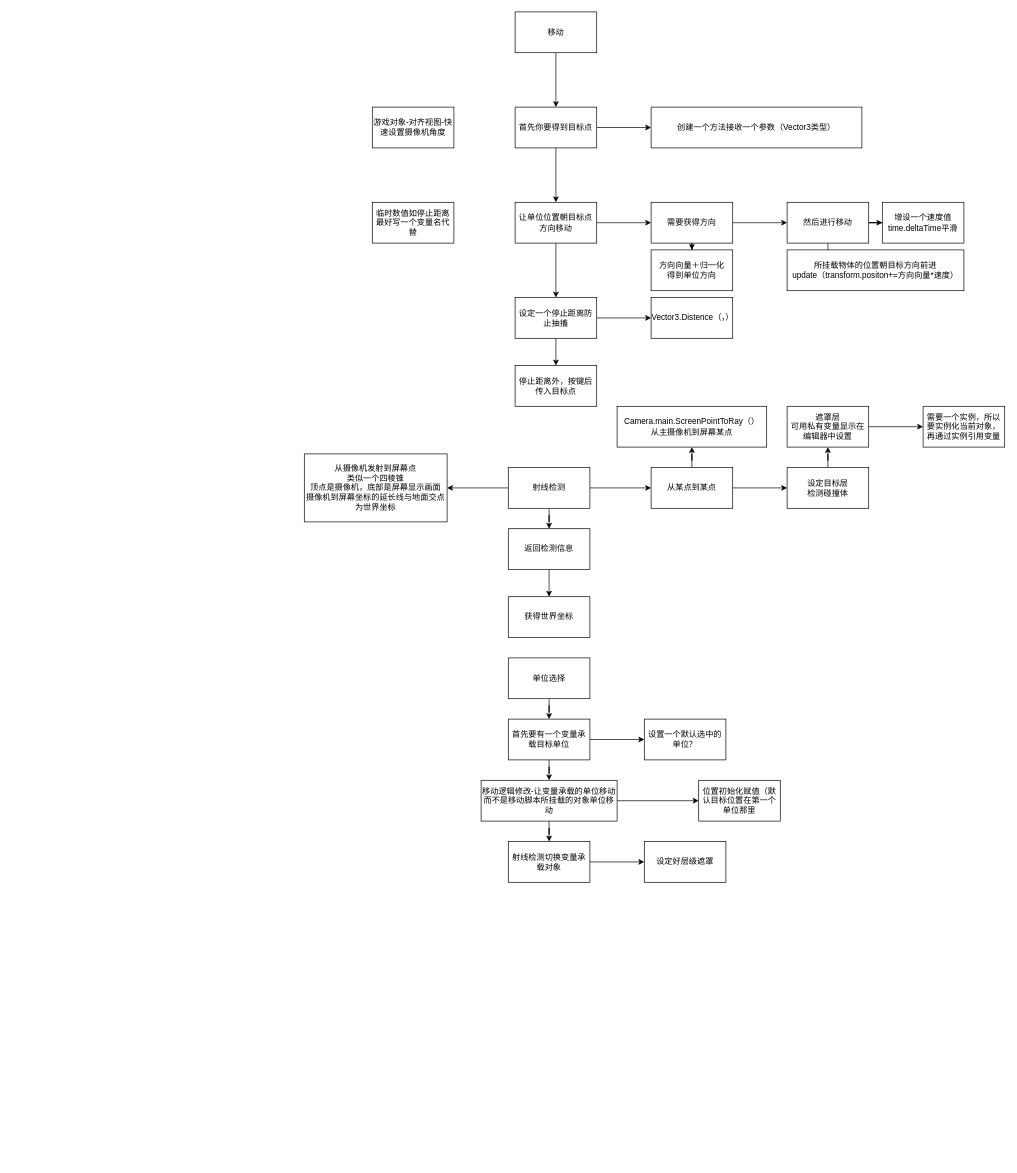
The draw.io diagram Codemonky学习笔记.drawio in FengYu-creator/learn-sth, before the edit. Source tidied: cells renumbered, new cells numbered last; positions are measured from the earlier drawing's top-left corner, leaving out a move shared by most shapes. Both pictures are drawn from the tidied source at 68%, with x=0, y=0 at pixel (304, 12).
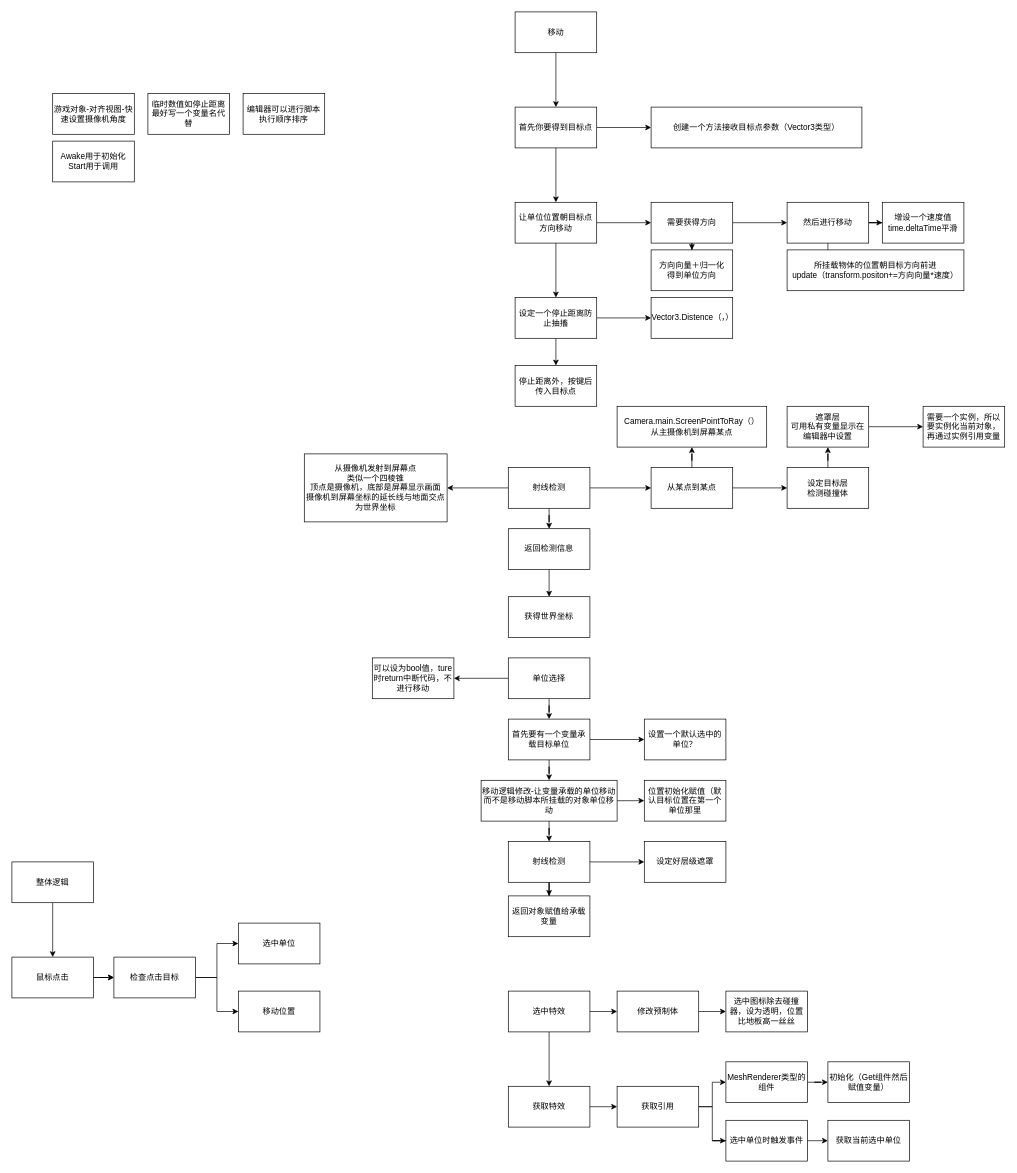
Above is the later version.

Commit message:
更新Codemonky学习笔记.drawio

Unchanged cells that the change refers to:
```xml
<mxCell id="45" value="单位选择" style="rounded=0;whiteSpace=wrap;html=1;" parent="1" vertex="1">
  <mxGeometry x="300" y="950" width="120" height="60" as="geometry" />
</mxCell>
```

The edit, as a diff of the source:
```diff
@@
-    <mxCell id="7" value="创建一个方法接收一个参数（Vector3类型）" style="whiteSpace=wrap;html=1;rounded=0;" parent="1" vertex="1">
+    <mxCell id="7" value="创建一个方法接收目标点参数（Vector3类型）" style="whiteSpace=wrap;html=1;rounded=0;" parent="1" vertex="1">
       <mxGeometry x="510" y="140" width="310" height="60" as="geometry" />
     </mxCell>
@@
     <mxCell id="21" value="游戏对象-对齐视图-快速设置摄像机角度" style="rounded=0;whiteSpace=wrap;html=1;" parent="1" vertex="1">
-      <mxGeometry x="100" y="140" width="120" height="60" as="geometry" />
+      <mxGeometry x="-370" y="120" width="120" height="60" as="geometry" />
     </mxCell>
@@
     <mxCell id="26" value="临时数值如停止距离最好写一个变量名代替" style="rounded=0;whiteSpace=wrap;html=1;" parent="1" vertex="1">
-      <mxGeometry x="100" y="280" width="120" height="60" as="geometry" />
+      <mxGeometry x="-230" y="120" width="120" height="60" as="geometry" />
     </mxCell>
@@
+    <mxCell id="57" style="edgeStyle=orthogonalEdgeStyle;rounded=0;jettySize=auto;html=1;" parent="1" edge="1" source="45" target="70">
+      <mxGeometry relative="1" as="geometry" />
+    </mxCell>
@@
+    <mxCell id="58" style="edgeStyle=orthogonalEdgeStyle;rounded=0;jettySize=auto;html=1;" parent="1" edge="1" source="54" target="69">
+      <mxGeometry relative="1" as="geometry" />
+    </mxCell>
-    <mxCell id="54" value="射线检测切换变量承载对象" style="whiteSpace=wrap;html=1;rounded=0;" parent="1" vertex="1">
+    <mxCell id="54" value="射线检测" style="whiteSpace=wrap;html=1;rounded=0;" parent="1" vertex="1">
       <mxGeometry x="300" y="1220" width="120" height="60" as="geometry" />
     </mxCell>
     <mxCell id="55" value="位置初始化赋值（默认目标位置在第一个单位那里" style="whiteSpace=wrap;html=1;rounded=0;" parent="1" vertex="1">
-      <mxGeometry x="580" y="1130" width="120" height="60" as="geometry" />
+      <mxGeometry x="500" y="1130" width="120" height="60" as="geometry" />
     </mxCell>
@@
+    <mxCell id="59" style="edgeStyle=orthogonalEdgeStyle;rounded=0;jettySize=auto;html=1;" parent="1" edge="1" source="60" target="63">
+      <mxGeometry relative="1" as="geometry" />
+    </mxCell>
+    <mxCell id="60" value="整体逻辑" style="rounded=0;whiteSpace=wrap;html=1;" parent="1" vertex="1">
+      <mxGeometry x="-430" y="1250" width="120" height="60" as="geometry" />
+    </mxCell>
+    <mxCell id="61" style="edgeStyle=orthogonalEdgeStyle;rounded=0;jettySize=auto;html=1;" parent="1" edge="1" source="68" target="64">
+      <mxGeometry relative="1" as="geometry" />
+    </mxCell>
+    <mxCell id="62" style="edgeStyle=orthogonalEdgeStyle;rounded=0;jettySize=auto;html=1;" parent="1" edge="1" source="68" target="65">
+      <mxGeometry relative="1" as="geometry" />
+    </mxCell>
+    <mxCell id="63" value="鼠标点击" style="whiteSpace=wrap;html=1;rounded=0;" parent="1" vertex="1">
+      <mxGeometry x="-430" y="1390" width="120" height="60" as="geometry" />
+    </mxCell>
+    <mxCell id="64" value="选中单位" style="whiteSpace=wrap;html=1;rounded=0;" parent="1" vertex="1">
+      <mxGeometry x="-97" y="1340" width="120" height="60" as="geometry" />
+    </mxCell>
+    <mxCell id="65" value="移动位置" style="whiteSpace=wrap;html=1;rounded=0;" parent="1" vertex="1">
+      <mxGeometry x="-97" y="1440" width="120" height="60" as="geometry" />
+    </mxCell>
+    <mxCell id="66" style="edgeStyle=orthogonalEdgeStyle;rounded=0;jettySize=auto;html=1;" parent="1" edge="1" source="63" target="68">
+      <mxGeometry relative="1" as="geometry" />
+    </mxCell>
+    <mxCell id="67" style="edgeStyle=orthogonalEdgeStyle;rounded=0;jettySize=auto;html=1;" parent="1" edge="1" source="63" target="68">
+      <mxGeometry relative="1" as="geometry" />
+    </mxCell>
+    <mxCell id="68" value="检查点击目标" style="rounded=0;whiteSpace=wrap;html=1;" parent="1" vertex="1">
+      <mxGeometry x="-280" y="1390" width="120" height="60" as="geometry" />
+    </mxCell>
+    <mxCell id="69" value="返回对象赋值给承载变量" style="whiteSpace=wrap;html=1;rounded=0;" parent="1" vertex="1">
+      <mxGeometry x="300" y="1300" width="120" height="60" as="geometry" />
+    </mxCell>
+    <mxCell id="70" value="可以设为bool值，ture时return中断代码，不进行移动" style="whiteSpace=wrap;html=1;rounded=0;" parent="1" vertex="1">
+      <mxGeometry x="100" y="950" width="120" height="60" as="geometry" />
+    </mxCell>
+    <mxCell id="71" value="编辑器可以进行脚本执行顺序排序" style="rounded=0;whiteSpace=wrap;html=1;" parent="1" vertex="1">
+      <mxGeometry x="-90" y="120" width="120" height="60" as="geometry" />
+    </mxCell>
+    <mxCell id="72" value="Awake用于初始化&lt;div&gt;Start用于调用&lt;/div&gt;" style="rounded=0;whiteSpace=wrap;html=1;" parent="1" vertex="1">
+      <mxGeometry x="-370" y="190" width="120" height="60" as="geometry" />
+    </mxCell>
+    <mxCell id="73" style="edgeStyle=orthogonalEdgeStyle;rounded=0;jettySize=auto;html=1;" parent="1" edge="1" source="75" target="78">
+      <mxGeometry relative="1" as="geometry" />
+    </mxCell>
+    <mxCell id="74" style="edgeStyle=orthogonalEdgeStyle;rounded=0;jettySize=auto;html=1;" parent="1" edge="1" source="75" target="80">
+      <mxGeometry relative="1" as="geometry" />
+    </mxCell>
+    <mxCell id="75" value="选中特效" style="rounded=0;whiteSpace=wrap;html=1;" parent="1" vertex="1">
+      <mxGeometry x="300" y="1440" width="120" height="60" as="geometry" />
+    </mxCell>
+    <mxCell id="76" value="选中图标除去碰撞器，设为透明，位置比地板高一丝丝" style="whiteSpace=wrap;html=1;rounded=0;" parent="1" vertex="1">
+      <mxGeometry x="620" y="1440" width="120" height="60" as="geometry" />
+    </mxCell>
+    <mxCell id="77" style="edgeStyle=orthogonalEdgeStyle;rounded=0;jettySize=auto;html=1;" parent="1" edge="1" source="78" target="76">
+      <mxGeometry relative="1" as="geometry" />
+    </mxCell>
+    <mxCell id="78" value="修改预制体" style="whiteSpace=wrap;html=1;rounded=0;" parent="1" vertex="1">
+      <mxGeometry x="460" y="1440" width="120" height="60" as="geometry" />
+    </mxCell>
+    <mxCell id="79" style="edgeStyle=orthogonalEdgeStyle;rounded=0;jettySize=auto;html=1;" parent="1" edge="1" source="80" target="85">
+      <mxGeometry relative="1" as="geometry" />
+    </mxCell>
+    <mxCell id="80" value="获取特效" style="whiteSpace=wrap;html=1;rounded=0;" parent="1" vertex="1">
+      <mxGeometry x="300" y="1580" width="120" height="60" as="geometry" />
+    </mxCell>
+    <mxCell id="81" style="edgeStyle=orthogonalEdgeStyle;rounded=0;jettySize=auto;html=1;" parent="1" edge="1" source="82" target="89">
+      <mxGeometry relative="1" as="geometry" />
+    </mxCell>
+    <mxCell id="82" value="MeshRenderer类型的组件" style="whiteSpace=wrap;html=1;rounded=0;" parent="1" vertex="1">
+      <mxGeometry x="620" y="1544" width="120" height="60" as="geometry" />
+    </mxCell>
+    <mxCell id="83" style="edgeStyle=orthogonalEdgeStyle;rounded=0;jettySize=auto;html=1;" parent="1" edge="1" source="85" target="82">
+      <mxGeometry relative="1" as="geometry" />
+    </mxCell>
+    <mxCell id="84" style="edgeStyle=orthogonalEdgeStyle;rounded=0;jettySize=auto;html=1;" parent="1" edge="1" source="88" target="86">
+      <mxGeometry relative="1" as="geometry">
+        <Array as="points">
+          <mxPoint x="600" y="1660" />
+          <mxPoint x="820" y="1660" />
+        </Array>
+      </mxGeometry>
+    </mxCell>
+    <mxCell id="85" value="获取引用" style="whiteSpace=wrap;html=1;rounded=0;" parent="1" vertex="1">
+      <mxGeometry x="460" y="1580" width="120" height="60" as="geometry" />
+    </mxCell>
+    <mxCell id="86" value="获取当前选中单位" style="whiteSpace=wrap;html=1;rounded=0;" parent="1" vertex="1">
+      <mxGeometry x="770" y="1630" width="120" height="60" as="geometry" />
+    </mxCell>
+    <mxCell id="87" style="edgeStyle=orthogonalEdgeStyle;rounded=0;jettySize=auto;html=1;" parent="1" edge="1" source="85" target="88">
+      <mxGeometry relative="1" as="geometry">
+        <Array as="points">
+          <mxPoint x="600" y="1610" />
+        </Array>
+      </mxGeometry>
+    </mxCell>
+    <mxCell id="88" value="选中单位时触发事件" style="rounded=0;whiteSpace=wrap;html=1;" parent="1" vertex="1">
+      <mxGeometry x="620" y="1630" width="120" height="60" as="geometry" />
+    </mxCell>
+    <mxCell id="89" value="初始化（Get组件然后赋值变量）" style="whiteSpace=wrap;html=1;rounded=0;" parent="1" vertex="1">
+      <mxGeometry x="770" y="1544" width="120" height="60" as="geometry" />
+    </mxCell>
```
